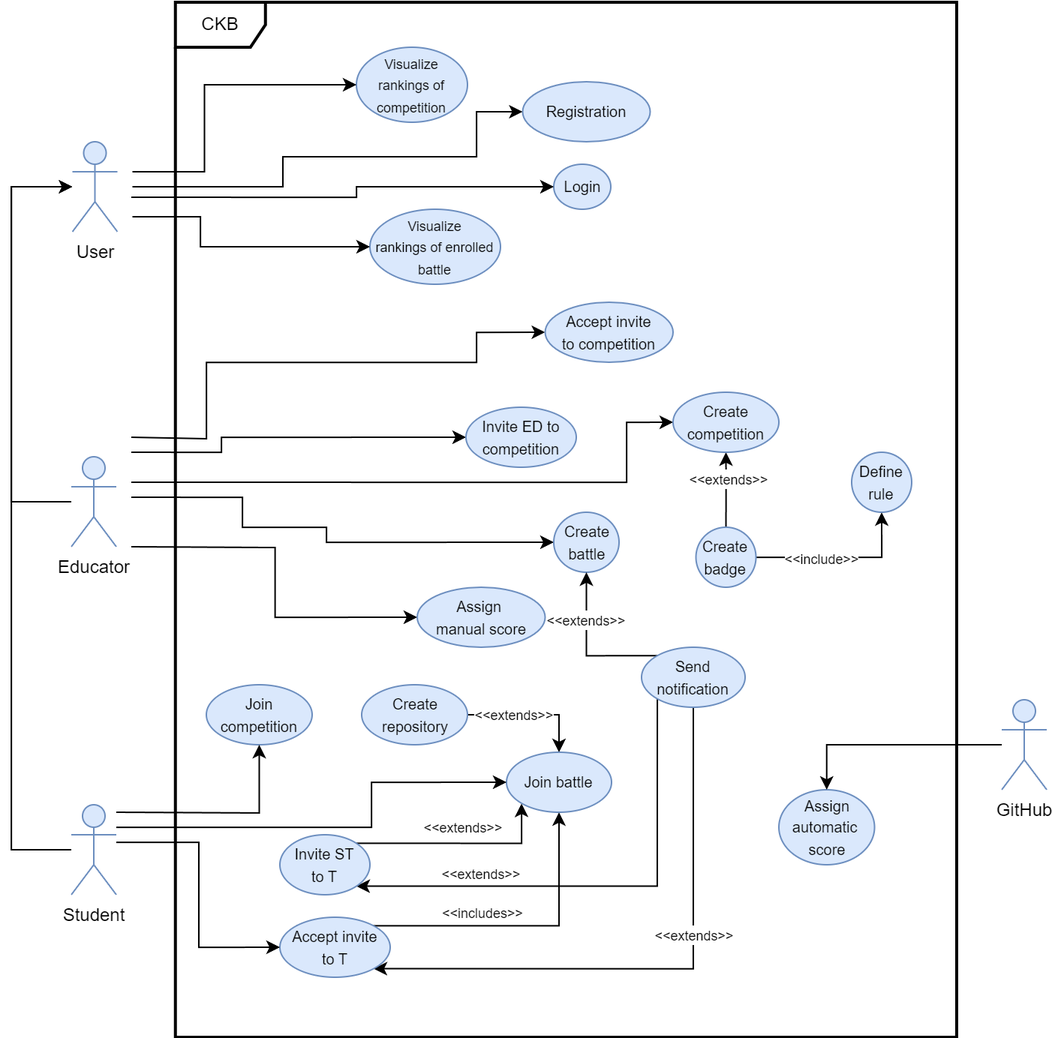
filomba01/SoftEng-2-RASD_DD_2023 keeps this draw.io diagram as latex/Images/RASD_UseCaseDiagram.png. Above is the earlier version. Source tidied: cells renumbered, new cells last; positions are measured from the earlier drawing's top-left corner, leaving out a move shared by most shapes.
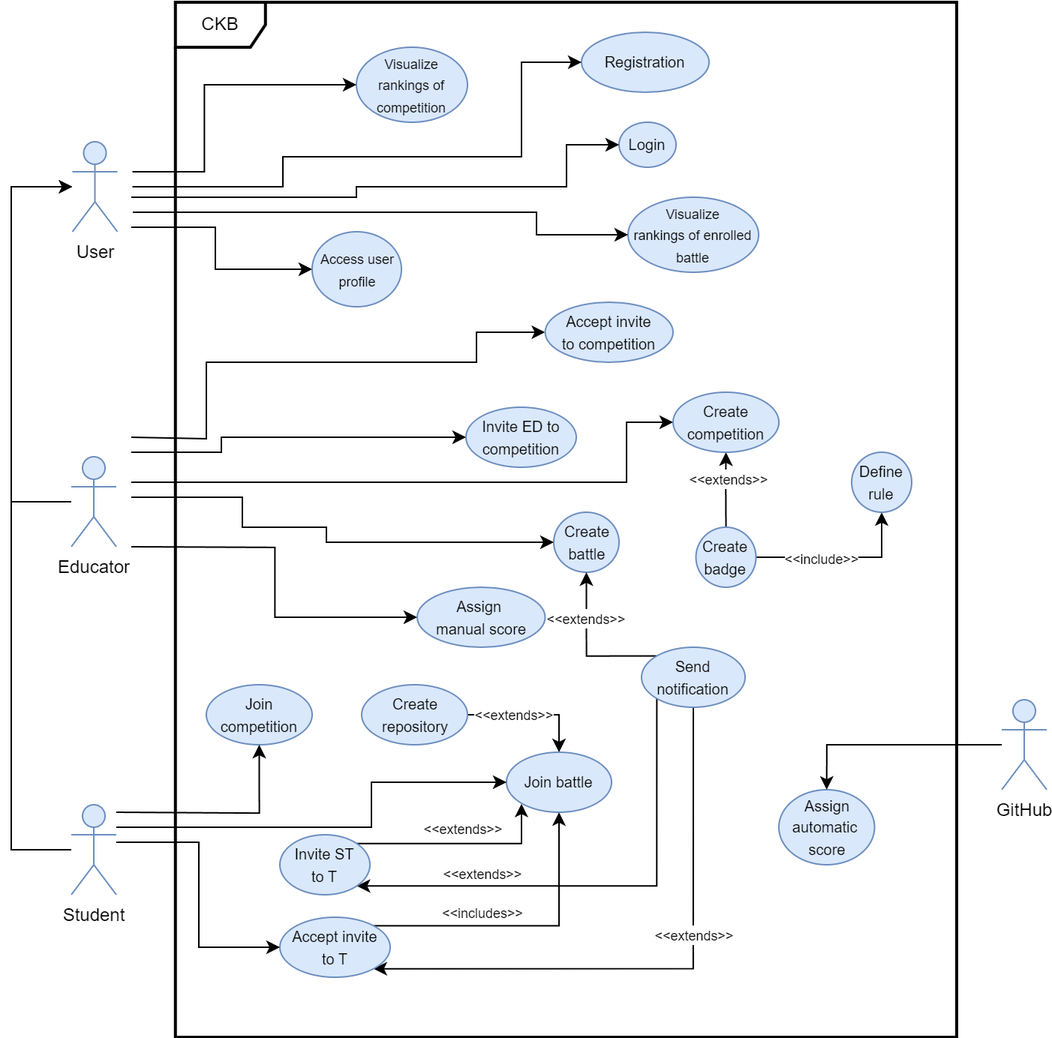
The same file after the commit.

Commit message:
Updated use case diagram

The edit, as a diff of the source:
```diff
@@ -8,3 +8,3 @@
     <mxCell id="3" value="&lt;font style=&quot;font-size: 10px;&quot;&gt;Registration&lt;/font&gt;" style="ellipse;whiteSpace=wrap;html=1;fillColor=#dae8fc;strokeColor=#6c8ebf;" parent="1" vertex="1">
-      <mxGeometry x="340.8" y="53" width="85" height="40" as="geometry" />
+      <mxGeometry x="380" y="20" width="85" height="40" as="geometry" />
     </mxCell>
@@ -14,6 +14,6 @@
     <mxCell id="5" value="&lt;font style=&quot;font-size: 9px;&quot;&gt;Visualize&lt;br&gt;rankings of enrolled battle&lt;/font&gt;" style="ellipse;whiteSpace=wrap;html=1;fillColor=#dae8fc;strokeColor=#6c8ebf;" parent="1" vertex="1">
-      <mxGeometry x="239" y="138" width="87" height="50" as="geometry" />
+      <mxGeometry x="411" y="130" width="87" height="50" as="geometry" />
     </mxCell>
     <mxCell id="6" value="&lt;span style=&quot;font-size: 10px;&quot;&gt;Login&lt;/span&gt;" style="ellipse;whiteSpace=wrap;html=1;fillColor=#dae8fc;strokeColor=#6c8ebf;" parent="1" vertex="1">
-      <mxGeometry x="361.5" y="108" width="38" height="30" as="geometry" />
+      <mxGeometry x="405" y="80" width="38" height="30" as="geometry" />
     </mxCell>
@@ -43,3 +43,3 @@
     </mxCell>
-    <mxCell id="12" style="edgeStyle=orthogonalEdgeStyle;rounded=0;jettySize=auto;html=1;entryX=0.5;entryY=0;entryDx=0;entryDy=0;exitX=1;exitY=0.5;exitDx=0;exitDy=0;" parent="1" edge="1" source="55" target="14">
+    <mxCell id="12" style="edgeStyle=orthogonalEdgeStyle;rounded=0;jettySize=auto;html=1;entryX=0.5;entryY=0;entryDx=0;entryDy=0;exitX=1;exitY=0.5;exitDx=0;exitDy=0;" parent="1" edge="1" source="56" target="14">
       <mxGeometry relative="1" as="geometry" />
@@ -52,3 +52,3 @@
     </mxCell>
-    <mxCell id="15" style="edgeStyle=orthogonalEdgeStyle;rounded=0;jettySize=auto;html=1;exitX=0;exitY=1;exitDx=0;exitDy=0;entryX=1;entryY=1;entryDx=0;entryDy=0;" parent="1" edge="1" source="54" target="17">
+    <mxCell id="15" style="edgeStyle=orthogonalEdgeStyle;rounded=0;jettySize=auto;html=1;exitX=0;exitY=1;exitDx=0;exitDy=0;entryX=1;entryY=1;entryDx=0;entryDy=0;" parent="1" edge="1" source="55" target="17">
       <mxGeometry relative="1" as="geometry">
@@ -67,3 +67,3 @@
     </mxCell>
-    <mxCell id="18" style="edgeStyle=orthogonalEdgeStyle;rounded=0;jettySize=auto;html=1;exitX=0.5;exitY=1;exitDx=0;exitDy=0;entryX=1;entryY=1;entryDx=0;entryDy=0;" parent="1" edge="1" source="54" target="20">
+    <mxCell id="18" style="edgeStyle=orthogonalEdgeStyle;rounded=0;jettySize=auto;html=1;exitX=0.5;exitY=1;exitDx=0;exitDy=0;entryX=1;entryY=1;entryDx=0;entryDy=0;" parent="1" edge="1" source="55" target="20">
       <mxGeometry relative="1" as="geometry">
@@ -82,3 +82,3 @@
     </mxCell>
-    <mxCell id="21" style="edgeStyle=orthogonalEdgeStyle;rounded=0;jettySize=auto;html=1;" parent="1" edge="1" source="25" target="30">
+    <mxCell id="21" style="edgeStyle=orthogonalEdgeStyle;rounded=0;jettySize=auto;html=1;" parent="1" edge="1" source="25" target="31">
       <mxGeometry relative="1" as="geometry">
@@ -125,6 +125,7 @@
       <mxGeometry relative="1" as="geometry">
-        <mxPoint x="80.8" y="143" as="sourcePoint" />
+        <mxPoint x="81" y="140" as="sourcePoint" />
         <Array as="points">
-          <mxPoint x="126" y="143" />
-          <mxPoint x="126" y="163" />
+          <mxPoint x="81" y="140" />
+          <mxPoint x="350" y="140" />
+          <mxPoint x="350" y="155" />
         </Array>
@@ -138,4 +139,4 @@
           <mxPoint x="181" y="103" />
-          <mxPoint x="310" y="103" />
-          <mxPoint x="310" y="73" />
+          <mxPoint x="340" y="103" />
+          <mxPoint x="340" y="40" />
         </Array>
@@ -149,2 +150,4 @@
           <mxPoint x="230" y="123" />
+          <mxPoint x="370" y="123" />
+          <mxPoint x="370" y="95" />
         </Array>
@@ -152,30 +155,30 @@
     </mxCell>
-    <mxCell id="30" value="User" style="shape=umlActor;verticalLabelPosition=bottom;verticalAlign=top;html=1;fillColor=#dae8fc;strokeColor=#6c8ebf;" parent="1" vertex="1">
-      <mxGeometry x="40.8" y="93" width="30" height="60" as="geometry" />
+    <mxCell id="30" style="edgeStyle=orthogonalEdgeStyle;rounded=0;jettySize=auto;html=1;entryX=0;entryY=0.5;entryDx=0;entryDy=0;" parent="1" edge="1" target="57">
+      <mxGeometry relative="1" as="geometry">
+        <mxPoint x="80" y="150" as="sourcePoint" />
+        <Array as="points">
+          <mxPoint x="136" y="150" />
+          <mxPoint x="136" y="178" />
+        </Array>
+      </mxGeometry>
     </mxCell>
-    <mxCell id="31" value="&lt;font size=&quot;1&quot;&gt;Assign&lt;br&gt;automatic&amp;nbsp;&lt;br&gt;score&lt;br&gt;&lt;/font&gt;" style="ellipse;whiteSpace=wrap;html=1;fillColor=#dae8fc;strokeColor=#6c8ebf;" parent="1" vertex="1">
-      <mxGeometry x="511.5" y="525" width="63.8" height="50" as="geometry" />
+    <mxCell id="31" value="User" style="shape=umlActor;verticalLabelPosition=bottom;verticalAlign=top;html=1;fillColor=#dae8fc;strokeColor=#6c8ebf;" parent="1" vertex="1">
+      <mxGeometry x="40.8" y="93" width="30" height="60" as="geometry" />
     </mxCell>
-    <mxCell id="32" style="edgeStyle=orthogonalEdgeStyle;rounded=0;jettySize=auto;html=1;entryX=0.5;entryY=0;entryDx=0;entryDy=0;" parent="1" edge="1" source="33" target="31">
-      <mxGeometry relative="1" as="geometry">
-        <Array as="points">
-          <mxPoint x="543" y="495" />
-        </Array>
-      </mxGeometry>
+    <mxCell id="32" value="&lt;font size=&quot;1&quot;&gt;Assign&lt;br&gt;automatic&amp;nbsp;&lt;br&gt;score&lt;br&gt;&lt;/font&gt;" style="ellipse;whiteSpace=wrap;html=1;fillColor=#dae8fc;strokeColor=#6c8ebf;" parent="1" vertex="1">
+      <mxGeometry x="511.5" y="525" width="63.8" height="50" as="geometry" />
     </mxCell>
-    <mxCell id="33" value="GitHub" style="shape=umlActor;verticalLabelPosition=bottom;verticalAlign=top;html=1;fillColor=#dae8fc;strokeColor=#6c8ebf;" parent="1" vertex="1">
-      <mxGeometry x="660" y="465" width="30" height="60" as="geometry" />
+    <mxCell id="33" style="edgeStyle=orthogonalEdgeStyle;rounded=0;jettySize=auto;html=1;entryX=0.5;entryY=0;entryDx=0;entryDy=0;" parent="1" edge="1" source="34" target="32">
+      <mxGeometry relative="1" as="geometry">
+        <Array as="points">
+          <mxPoint x="543" y="495" />
+        </Array>
+      </mxGeometry>
     </mxCell>
-    <mxCell id="34" style="edgeStyle=orthogonalEdgeStyle;rounded=0;jettySize=auto;html=1;entryX=0;entryY=0.5;entryDx=0;entryDy=0;" parent="1" edge="1" target="49">
-      <mxGeometry relative="1" as="geometry">
-        <mxPoint x="80" y="363" as="sourcePoint" />
-      </mxGeometry>
+    <mxCell id="34" value="GitHub" style="shape=umlActor;verticalLabelPosition=bottom;verticalAlign=top;html=1;fillColor=#dae8fc;strokeColor=#6c8ebf;" parent="1" vertex="1">
+      <mxGeometry x="660" y="465" width="30" height="60" as="geometry" />
     </mxCell>
-    <mxCell id="35" style="edgeStyle=orthogonalEdgeStyle;rounded=0;jettySize=auto;html=1;entryX=0;entryY=0.5;entryDx=0;entryDy=0;" parent="1" edge="1" target="43">
+    <mxCell id="35" style="edgeStyle=orthogonalEdgeStyle;rounded=0;jettySize=auto;html=1;entryX=0;entryY=0.5;entryDx=0;entryDy=0;" parent="1" edge="1" target="50">
       <mxGeometry relative="1" as="geometry">
-        <mxPoint x="80" y="320" as="sourcePoint" />
-        <Array as="points">
-          <mxPoint x="410" y="320" />
-          <mxPoint x="410" y="280" />
-        </Array>
+        <mxPoint x="80" y="363" as="sourcePoint" />
       </mxGeometry>
@@ -184,8 +187,6 @@
       <mxGeometry relative="1" as="geometry">
-        <mxPoint x="80" y="330" as="sourcePoint" />
+        <mxPoint x="80" y="320" as="sourcePoint" />
         <Array as="points">
-          <mxPoint x="154" y="330" />
-          <mxPoint x="154" y="350" />
-          <mxPoint x="210" y="350" />
-          <mxPoint x="210" y="360" />
+          <mxPoint x="410" y="320" />
+          <mxPoint x="410" y="280" />
         </Array>
@@ -195,6 +196,8 @@
       <mxGeometry relative="1" as="geometry">
-        <mxPoint x="80" y="300" as="sourcePoint" />
+        <mxPoint x="80" y="330" as="sourcePoint" />
         <Array as="points">
-          <mxPoint x="140" y="300" />
-          <mxPoint x="140" y="290" />
+          <mxPoint x="154" y="330" />
+          <mxPoint x="154" y="350" />
+          <mxPoint x="210" y="350" />
+          <mxPoint x="210" y="360" />
         </Array>
@@ -202,10 +205,8 @@
     </mxCell>
-    <mxCell id="38" style="edgeStyle=orthogonalEdgeStyle;rounded=0;jettySize=auto;html=1;entryX=0;entryY=0.5;entryDx=0;entryDy=0;" parent="1" edge="1" target="50">
+    <mxCell id="38" style="edgeStyle=orthogonalEdgeStyle;rounded=0;jettySize=auto;html=1;entryX=0;entryY=0.5;entryDx=0;entryDy=0;" parent="1" edge="1" target="46">
       <mxGeometry relative="1" as="geometry">
-        <mxPoint x="80" y="290" as="sourcePoint" />
+        <mxPoint x="80" y="300" as="sourcePoint" />
         <Array as="points">
-          <mxPoint x="130" y="291" />
-          <mxPoint x="130" y="240" />
-          <mxPoint x="310" y="240" />
-          <mxPoint x="310" y="220" />
+          <mxPoint x="140" y="300" />
+          <mxPoint x="140" y="290" />
         </Array>
@@ -213,7 +214,10 @@
     </mxCell>
-    <mxCell id="39" style="edgeStyle=orthogonalEdgeStyle;rounded=0;jettySize=auto;html=1;" parent="1" edge="1" source="40" target="30">
+    <mxCell id="39" style="edgeStyle=orthogonalEdgeStyle;rounded=0;jettySize=auto;html=1;entryX=0;entryY=0.5;entryDx=0;entryDy=0;" parent="1" edge="1" target="51">
       <mxGeometry relative="1" as="geometry">
+        <mxPoint x="80" y="290" as="sourcePoint" />
         <Array as="points">
-          <mxPoint y="333" />
-          <mxPoint y="123" />
+          <mxPoint x="130" y="291" />
+          <mxPoint x="130" y="240" />
+          <mxPoint x="310" y="240" />
+          <mxPoint x="310" y="220" />
         </Array>
@@ -221,54 +225,65 @@
     </mxCell>
-    <mxCell id="40" value="Educator&lt;br&gt;" style="shape=umlActor;verticalLabelPosition=bottom;verticalAlign=top;html=1;fillColor=#dae8fc;strokeColor=#6c8ebf;" parent="1" vertex="1">
-      <mxGeometry x="40" y="303" width="30" height="60" as="geometry" />
+    <mxCell id="40" style="edgeStyle=orthogonalEdgeStyle;rounded=0;jettySize=auto;html=1;" parent="1" edge="1" source="41" target="31">
+      <mxGeometry relative="1" as="geometry">
+        <Array as="points">
+          <mxPoint y="333" />
+          <mxPoint y="123" />
+        </Array>
+      </mxGeometry>
     </mxCell>
-    <mxCell id="41" style="edgeStyle=orthogonalEdgeStyle;rounded=0;jettySize=auto;html=1;exitX=0.5;exitY=0;exitDx=0;exitDy=0;" parent="1" edge="1" source="48" target="43">
-      <mxGeometry relative="1" as="geometry" />
+    <mxCell id="41" value="Educator&lt;br&gt;" style="shape=umlActor;verticalLabelPosition=bottom;verticalAlign=top;html=1;fillColor=#dae8fc;strokeColor=#6c8ebf;" parent="1" vertex="1">
+      <mxGeometry x="40" y="303" width="30" height="60" as="geometry" />
     </mxCell>
-    <mxCell id="42" value="&lt;font style=&quot;font-size: 9px;&quot;&gt;&amp;lt;&amp;lt;extends&amp;gt;&amp;gt;&lt;/font&gt;" style="edgeLabel;html=1;align=center;verticalAlign=middle;" parent="41" vertex="1">
-      <mxGeometry x="-0.13" y="-1" relative="1" as="geometry">
-        <mxPoint y="-11" as="offset" />
-      </mxGeometry>
+    <mxCell id="42" style="edgeStyle=orthogonalEdgeStyle;rounded=0;jettySize=auto;html=1;exitX=0.5;exitY=0;exitDx=0;exitDy=0;" parent="1" edge="1" source="49" target="44">
+      <mxGeometry relative="1" as="geometry" />
     </mxCell>
-    <mxCell id="43" value="&lt;font size=&quot;1&quot;&gt;Create competition&lt;/font&gt;" style="ellipse;whiteSpace=wrap;html=1;fillColor=#dae8fc;strokeColor=#6c8ebf;" parent="1" vertex="1">
-      <mxGeometry x="441" y="260" width="70.5" height="40" as="geometry" />
+    <mxCell id="43" value="&lt;font style=&quot;font-size: 9px;&quot;&gt;&amp;lt;&amp;lt;extends&amp;gt;&amp;gt;&lt;/font&gt;" style="edgeLabel;html=1;align=center;verticalAlign=middle;points=[];" parent="42" vertex="1">
+      <mxGeometry x="-0.13" y="-1" relative="1" as="geometry">
+        <mxPoint y="-11" as="offset" />
+      </mxGeometry>
     </mxCell>
-    <mxCell id="44" value="&lt;font size=&quot;1&quot;&gt;Create&lt;br&gt;battle&lt;/font&gt;" style="ellipse;whiteSpace=wrap;html=1;fillColor=#dae8fc;strokeColor=#6c8ebf;" parent="1" vertex="1">
-      <mxGeometry x="361.5" y="340" width="43.5" height="40" as="geometry" />
+    <mxCell id="44" value="&lt;font size=&quot;1&quot;&gt;Create competition&lt;/font&gt;" style="ellipse;whiteSpace=wrap;html=1;fillColor=#dae8fc;strokeColor=#6c8ebf;" parent="1" vertex="1">
+      <mxGeometry x="441" y="260" width="70.5" height="40" as="geometry" />
     </mxCell>
-    <mxCell id="45" value="&lt;font size=&quot;1&quot;&gt;Invite ED to competition&lt;/font&gt;" style="ellipse;whiteSpace=wrap;html=1;fillColor=#dae8fc;strokeColor=#6c8ebf;" parent="1" vertex="1">
-      <mxGeometry x="303" y="270" width="73.5" height="40" as="geometry" />
+    <mxCell id="45" value="&lt;font size=&quot;1&quot;&gt;Create&lt;br&gt;battle&lt;/font&gt;" style="ellipse;whiteSpace=wrap;html=1;fillColor=#dae8fc;strokeColor=#6c8ebf;" parent="1" vertex="1">
+      <mxGeometry x="361.5" y="340" width="43.5" height="40" as="geometry" />
     </mxCell>
-    <mxCell id="46" style="edgeStyle=orthogonalEdgeStyle;rounded=0;jettySize=auto;html=1;entryX=0.5;entryY=1;entryDx=0;entryDy=0;" parent="1" edge="1" source="48" target="51">
-      <mxGeometry relative="1" as="geometry" />
+    <mxCell id="46" value="&lt;font size=&quot;1&quot;&gt;Invite ED to competition&lt;/font&gt;" style="ellipse;whiteSpace=wrap;html=1;fillColor=#dae8fc;strokeColor=#6c8ebf;" parent="1" vertex="1">
+      <mxGeometry x="303" y="270" width="73.5" height="40" as="geometry" />
     </mxCell>
-    <mxCell id="47" value="&lt;font style=&quot;font-size: 9px;&quot;&gt;&amp;lt;&amp;lt;include&amp;gt;&amp;gt;&lt;/font&gt;" style="edgeLabel;html=1;align=center;verticalAlign=middle;" parent="46" vertex="1">
-      <mxGeometry y="2" relative="1" as="geometry">
-        <mxPoint x="-14" y="2" as="offset" />
-      </mxGeometry>
+    <mxCell id="47" style="edgeStyle=orthogonalEdgeStyle;rounded=0;jettySize=auto;html=1;entryX=0.5;entryY=1;entryDx=0;entryDy=0;" parent="1" edge="1" source="49" target="52">
+      <mxGeometry relative="1" as="geometry" />
     </mxCell>
-    <mxCell id="48" value="&lt;font size=&quot;1&quot;&gt;Create&lt;br&gt;badge&lt;/font&gt;" style="ellipse;whiteSpace=wrap;html=1;fillColor=#dae8fc;strokeColor=#6c8ebf;" parent="1" vertex="1">
-      <mxGeometry x="456.2" y="350" width="40" height="40" as="geometry" />
+    <mxCell id="48" value="&lt;font style=&quot;font-size: 9px;&quot;&gt;&amp;lt;&amp;lt;include&amp;gt;&amp;gt;&lt;/font&gt;" style="edgeLabel;html=1;align=center;verticalAlign=middle;points=[];" parent="47" vertex="1">
+      <mxGeometry y="2" relative="1" as="geometry">
+        <mxPoint x="-14" y="2" as="offset" />
+      </mxGeometry>
     </mxCell>
-    <mxCell id="49" value="&lt;font size=&quot;1&quot;&gt;Assign&amp;nbsp;&lt;br&gt;manual score&lt;br&gt;&lt;/font&gt;" style="ellipse;whiteSpace=wrap;html=1;fillColor=#dae8fc;strokeColor=#6c8ebf;" parent="1" vertex="1">
-      <mxGeometry x="270.5" y="390" width="85.2" height="40" as="geometry" />
+    <mxCell id="49" value="&lt;font size=&quot;1&quot;&gt;Create&lt;br&gt;badge&lt;/font&gt;" style="ellipse;whiteSpace=wrap;html=1;fillColor=#dae8fc;strokeColor=#6c8ebf;" parent="1" vertex="1">
+      <mxGeometry x="456.2" y="350" width="40" height="40" as="geometry" />
     </mxCell>
-    <mxCell id="50" value="&lt;font size=&quot;1&quot;&gt;Accept invite&lt;br&gt;to competition&lt;br&gt;&lt;/font&gt;" style="ellipse;whiteSpace=wrap;html=1;fillColor=#dae8fc;strokeColor=#6c8ebf;" parent="1" vertex="1">
-      <mxGeometry x="355.8" y="200" width="85.2" height="40" as="geometry" />
+    <mxCell id="50" value="&lt;font size=&quot;1&quot;&gt;Assign&amp;nbsp;&lt;br&gt;manual score&lt;br&gt;&lt;/font&gt;" style="ellipse;whiteSpace=wrap;html=1;fillColor=#dae8fc;strokeColor=#6c8ebf;" parent="1" vertex="1">
+      <mxGeometry x="270.5" y="390" width="85.2" height="40" as="geometry" />
     </mxCell>
-    <mxCell id="51" value="&lt;font size=&quot;1&quot;&gt;Define&lt;br&gt;rule&lt;/font&gt;" style="ellipse;whiteSpace=wrap;html=1;fillColor=#dae8fc;strokeColor=#6c8ebf;" parent="1" vertex="1">
-      <mxGeometry x="560" y="300" width="40" height="40" as="geometry" />
+    <mxCell id="51" value="&lt;font size=&quot;1&quot;&gt;Accept invite&lt;br&gt;to competition&lt;br&gt;&lt;/font&gt;" style="ellipse;whiteSpace=wrap;html=1;fillColor=#dae8fc;strokeColor=#6c8ebf;" parent="1" vertex="1">
+      <mxGeometry x="355.8" y="200" width="85.2" height="40" as="geometry" />
     </mxCell>
-    <mxCell id="52" style="edgeStyle=orthogonalEdgeStyle;rounded=0;jettySize=auto;html=1;exitX=0;exitY=0;exitDx=0;exitDy=0;entryX=0.5;entryY=1;entryDx=0;entryDy=0;" parent="1" edge="1" source="54" target="44">
-      <mxGeometry relative="1" as="geometry" />
+    <mxCell id="52" value="&lt;font size=&quot;1&quot;&gt;Define&lt;br&gt;rule&lt;/font&gt;" style="ellipse;whiteSpace=wrap;html=1;fillColor=#dae8fc;strokeColor=#6c8ebf;" parent="1" vertex="1">
+      <mxGeometry x="560" y="300" width="40" height="40" as="geometry" />
     </mxCell>
-    <mxCell id="53" value="&lt;font style=&quot;font-size: 9px;&quot;&gt;&amp;lt;&amp;lt;extends&amp;gt;&amp;gt;&lt;/font&gt;" style="edgeLabel;html=1;align=center;verticalAlign=middle;" parent="52" vertex="1">
-      <mxGeometry x="0.4" y="1" relative="1" as="geometry" />
+    <mxCell id="53" style="edgeStyle=orthogonalEdgeStyle;rounded=0;jettySize=auto;html=1;exitX=0;exitY=0;exitDx=0;exitDy=0;entryX=0.5;entryY=1;entryDx=0;entryDy=0;" parent="1" edge="1" source="55" target="45">
+      <mxGeometry relative="1" as="geometry" />
     </mxCell>
-    <mxCell id="54" value="&lt;font size=&quot;1&quot;&gt;Send notification&lt;/font&gt;" style="ellipse;whiteSpace=wrap;html=1;fillColor=#dae8fc;strokeColor=#6c8ebf;" parent="1" vertex="1">
-      <mxGeometry x="420" y="430" width="69" height="40" as="geometry" />
+    <mxCell id="54" value="&lt;font style=&quot;font-size: 9px;&quot;&gt;&amp;lt;&amp;lt;extends&amp;gt;&amp;gt;&lt;/font&gt;" style="edgeLabel;html=1;align=center;verticalAlign=middle;points=[];" parent="53" vertex="1">
+      <mxGeometry x="0.4" y="1" relative="1" as="geometry" />
     </mxCell>
-    <mxCell id="55" value="&lt;font size=&quot;1&quot;&gt;Create repository&lt;/font&gt;" style="ellipse;whiteSpace=wrap;html=1;fillColor=#dae8fc;strokeColor=#6c8ebf;" parent="1" vertex="1">
-      <mxGeometry x="233.5" y="455" width="70.5" height="40" as="geometry" />
+    <mxCell id="55" value="&lt;font size=&quot;1&quot;&gt;Send notification&lt;/font&gt;" style="ellipse;whiteSpace=wrap;html=1;fillColor=#dae8fc;strokeColor=#6c8ebf;" parent="1" vertex="1">
+      <mxGeometry x="420" y="430" width="69" height="40" as="geometry" />
     </mxCell>
+    <mxCell id="56" value="&lt;font size=&quot;1&quot;&gt;Create repository&lt;/font&gt;" style="ellipse;whiteSpace=wrap;html=1;fillColor=#dae8fc;strokeColor=#6c8ebf;" parent="1" vertex="1">
+      <mxGeometry x="233.5" y="455" width="70.5" height="40" as="geometry" />
+    </mxCell>
+    <mxCell id="57" value="&lt;font style=&quot;font-size: 9px;&quot;&gt;Access user profile&lt;/font&gt;" style="ellipse;whiteSpace=wrap;html=1;fillColor=#dae8fc;strokeColor=#6c8ebf;" parent="1" vertex="1">
+      <mxGeometry x="200.5" y="153" width="59.5" height="50" as="geometry" />
+    </mxCell>
   </root>
```
